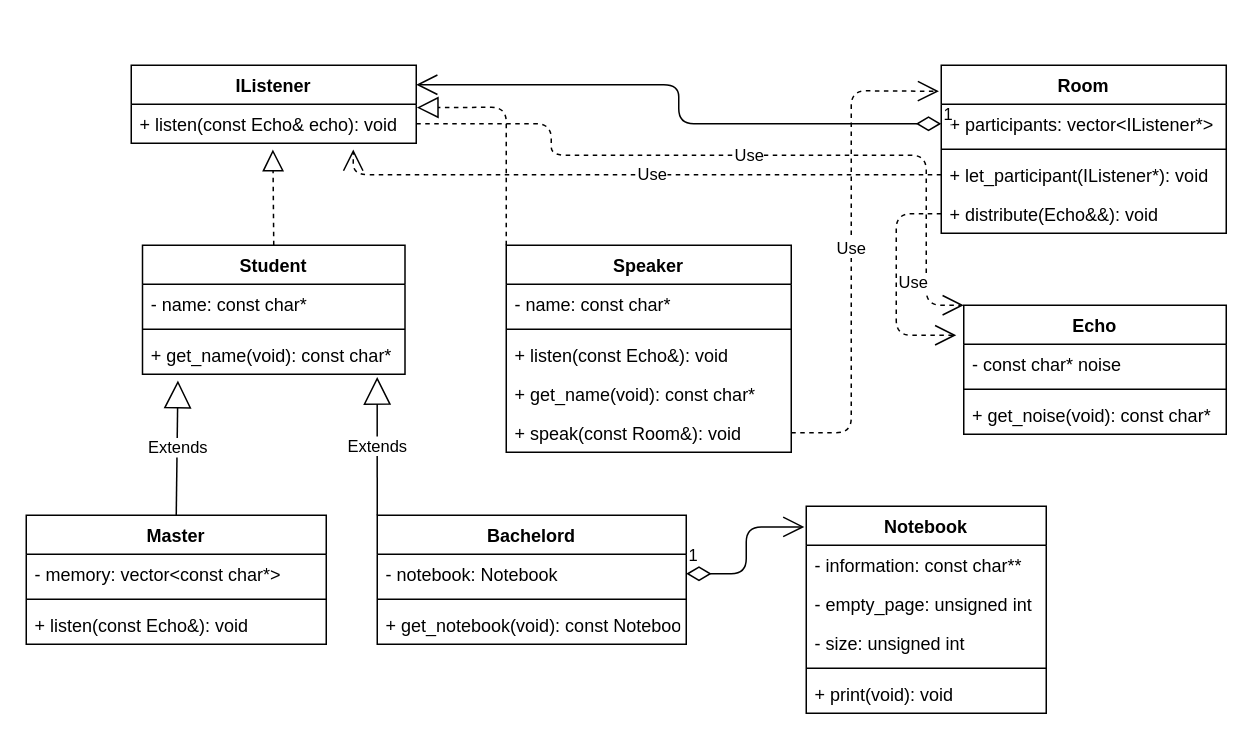
Before: Lab1-Lecture/Lecture.drawio in DenisParal/Design-Patterns-labs, a draw.io diagram. Source tidied: cells renumbered, new cells numbered last; positions are measured from the earlier drawing's top-left corner, leaving out a move shared by most shapes. Both pictures are drawn from the tidied source at 150%, with x=0, y=0 at pixel (26, 64).
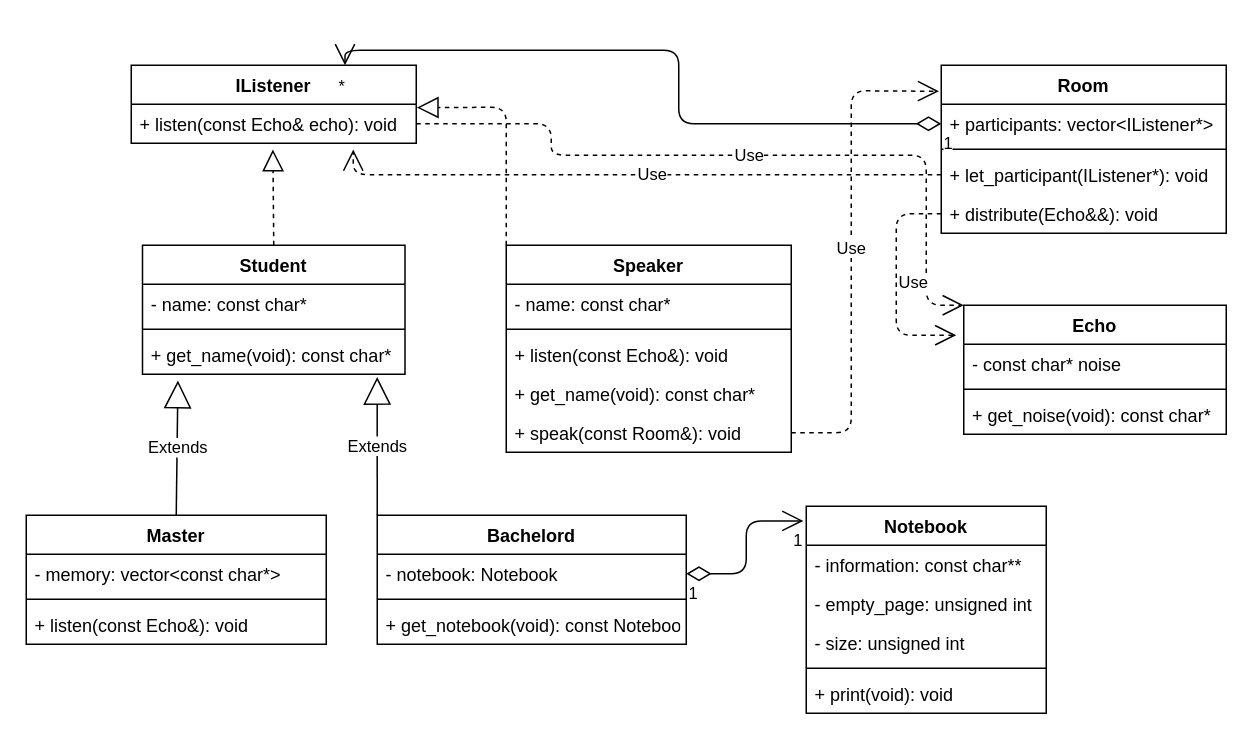
The same diagram, later.

Unchanged cells that the change refers to:
```xml
<mxCell id="2" value="IListener" style="swimlane;fontStyle=1;horizontal=1;startSize=26;fillColor=none;hachureGap=4;" parent="1" vertex="1">
  <mxGeometry x="70" width="190" height="52" as="geometry" />
</mxCell>
<mxCell id="13" value="- notebook: Notebook" style="text;strokeColor=none;fillColor=none;align=left;verticalAlign=top;spacingLeft=4;spacingRight=4;overflow=hidden;points=[[0,0.5],[1,0.5]];portConstraint=eastwest;" parent="12" vertex="1">
  <mxGeometry y="26" width="206" height="26" as="geometry" />
</mxCell>
<mxCell id="16" value="Notebook" style="swimlane;fontStyle=1;align=center;verticalAlign=top;horizontal=1;startSize=26;hachureGap=4;" parent="1" vertex="1">
  <mxGeometry x="520" y="294" width="160" height="138" as="geometry" />
</mxCell>
<mxCell id="29" value="+ participants: vector&lt;IListener*&gt;" style="text;strokeColor=none;fillColor=none;align=left;verticalAlign=top;spacingLeft=4;spacingRight=4;overflow=hidden;points=[[0,0.5],[1,0.5]];portConstraint=eastwest;" parent="28" vertex="1">
  <mxGeometry y="26" width="190" height="26" as="geometry" />
</mxCell>
```

The edit, as a diff of the source:
```diff
@@
-    <mxCell id="43" value="1" style="endArrow=open;html=1;endSize=12;startArrow=diamondThin;startSize=14;startFill=0;edgeStyle=orthogonalEdgeStyle;align=left;verticalAlign=bottom;sourcePerimeterSpacing=8;targetPerimeterSpacing=8;exitX=1;exitY=0.5;exitDx=0;exitDy=0;entryX=-0.008;entryY=0.1;entryDx=0;entryDy=0;entryPerimeter=0;" parent="1" edge="1" source="13" target="16">
-      <mxGeometry x="-1" y="3" relative="1" as="geometry" />
-    </mxCell>
-    <mxCell id="44" value="1" style="endArrow=open;html=1;endSize=12;startArrow=diamondThin;startSize=14;startFill=0;edgeStyle=orthogonalEdgeStyle;align=left;verticalAlign=bottom;sourcePerimeterSpacing=8;targetPerimeterSpacing=8;entryX=1;entryY=0.25;entryDx=0;entryDy=0;exitX=0;exitY=0.5;exitDx=0;exitDy=0;" parent="1" edge="1" source="29" target="2">
-      <mxGeometry x="-1" y="3" relative="1" as="geometry" />
-    </mxCell>
@@
+    <mxCell id="43" style="endArrow=open;html=1;endSize=12;startArrow=diamondThin;startSize=14;startFill=0;edgeStyle=orthogonalEdgeStyle;sourcePerimeterSpacing=8;targetPerimeterSpacing=8;exitX=1;exitY=0.5;exitDx=0;exitDy=0;entryX=-0.012;entryY=0.071;entryDx=0;entryDy=0;entryPerimeter=0;" parent="1" edge="1" source="13" target="16">
+      <mxGeometry relative="1" as="geometry" />
+    </mxCell>
+    <mxCell id="47" value="1" style="edgeLabel;html=1;align=left;verticalAlign=top;" parent="43" vertex="1">
+      <mxGeometry x="-1" relative="1" as="geometry" />
+    </mxCell>
+    <mxCell id="48" value="1" style="edgeLabel;html=1;align=right;verticalAlign=top;" parent="43" vertex="1">
+      <mxGeometry x="1" relative="1" as="geometry" />
+    </mxCell>
+    <mxCell id="44" style="endArrow=open;html=1;endSize=12;startArrow=diamondThin;startSize=14;startFill=0;edgeStyle=orthogonalEdgeStyle;sourcePerimeterSpacing=8;targetPerimeterSpacing=8;exitX=0;exitY=0.5;exitDx=0;exitDy=0;entryX=0.75;entryY=0;entryDx=0;entryDy=0;" parent="1" edge="1" source="29" target="2">
+      <mxGeometry relative="1" as="geometry">
+        <Array as="points">
+          <mxPoint x="435" y="39" />
+          <mxPoint x="435" y="-10" />
+          <mxPoint x="213" y="-10" />
+        </Array>
+      </mxGeometry>
+    </mxCell>
+    <mxCell id="49" value="1" style="edgeLabel;html=1;align=left;verticalAlign=top;" parent="44" vertex="1">
+      <mxGeometry x="-1" relative="1" as="geometry" />
+    </mxCell>
+    <mxCell id="50" value="*" style="edgeLabel;html=1;align=right;verticalAlign=top;" parent="44" vertex="1">
+      <mxGeometry x="1" relative="1" as="geometry" />
+    </mxCell>
```
